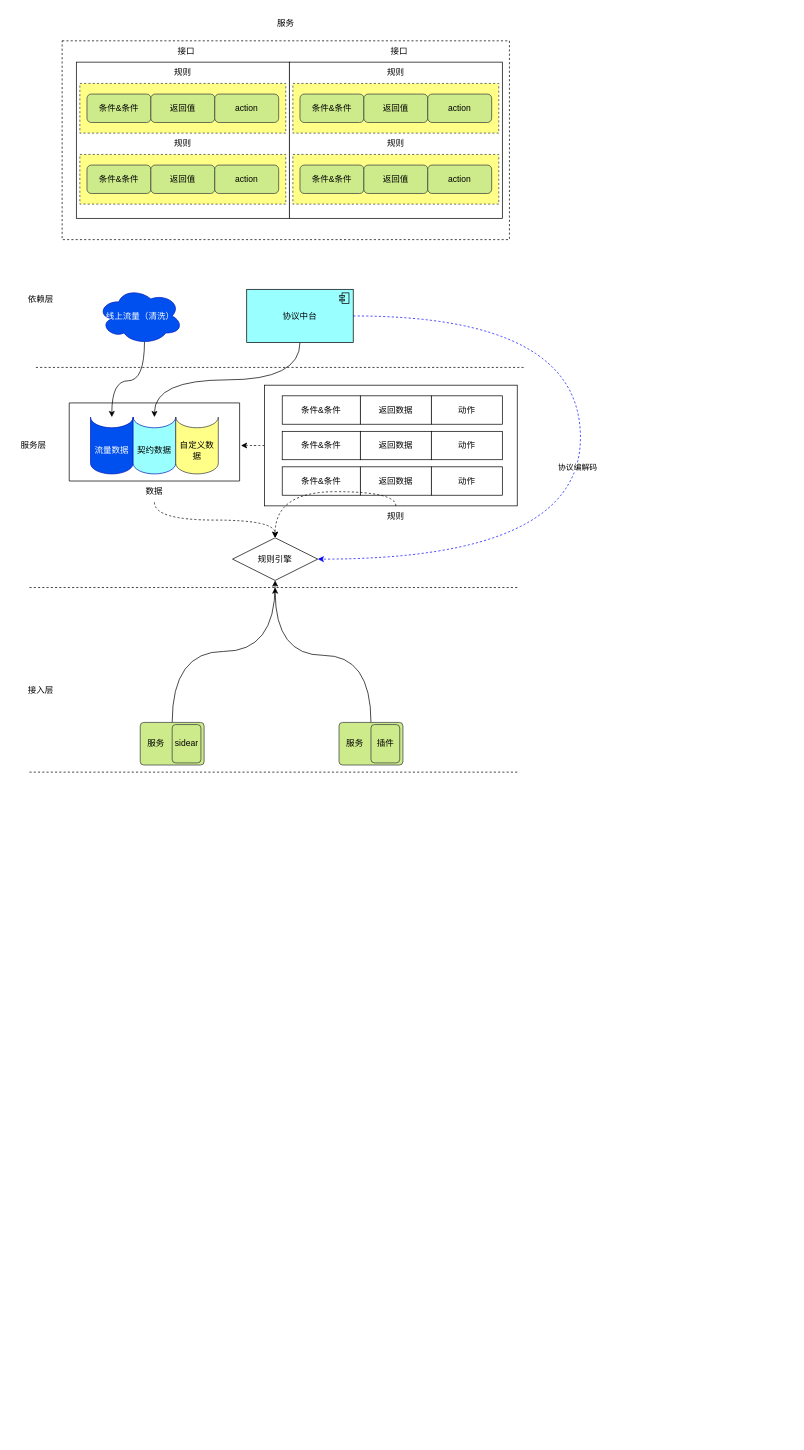
Before: page "mock" (9 of 11) of sidecar.drawio in xinguai/asmshare, a draw.io diagram. Source tidied: cells renumbered, new cells numbered last; positions are measured from the earlier drawing's top-left corner, leaving out a move shared by most shapes. Both pictures are drawn from the tidied source at 71%, with x=0, y=0 at pixel (12, 12).
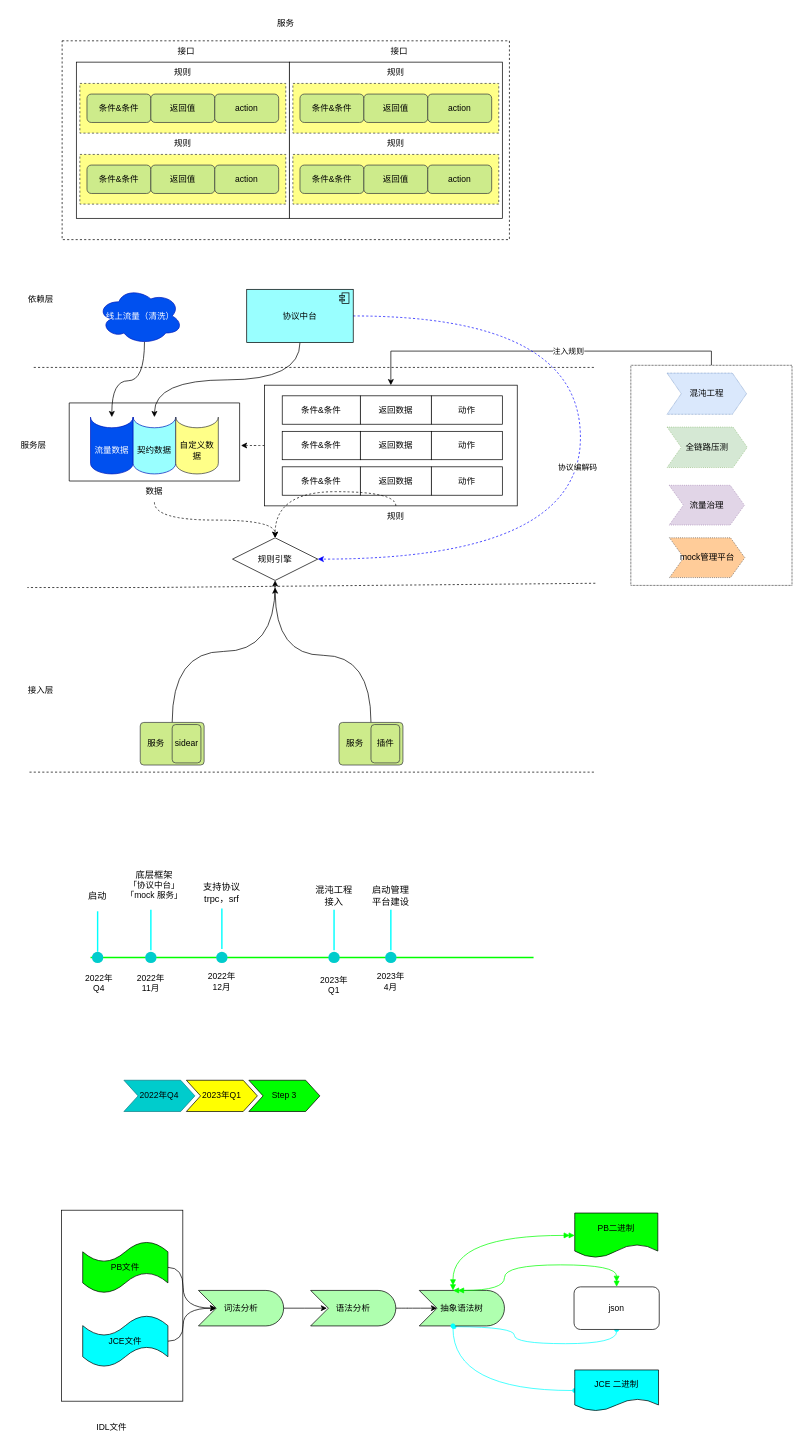
After the change.

Unchanged cells that the change refers to:
```xml
<mxCell id="3" style="rounded=0;whiteSpace=wrap;html=1;fontColor=#000000;fillColor=#FFFFFF;" parent="1" vertex="1">
  <mxGeometry x="355" y="525" width="356" height="170" as="geometry" />
</mxCell>
```

The edit, as a diff of the source:
```diff
@@
+    <mxCell id="79" style="rounded=0;whiteSpace=wrap;html=1;" parent="1" vertex="1">
+      <mxGeometry x="69" y="1687" width="171" height="269" as="geometry" />
+    </mxCell>
+    <mxCell id="80" style="line;strokeWidth=2;html=1;strokeColor=#00FF00;" parent="1" vertex="1">
+      <mxGeometry x="110" y="1326" width="624" height="10" as="geometry" />
+    </mxCell>
+    <mxCell id="81" style="edgeStyle=orthogonalEdgeStyle;rounded=0;jettySize=auto;html=1;exitX=0.5;exitY=0;exitDx=0;exitDy=0;entryX=0.5;entryY=0;entryDx=0;entryDy=0;" parent="1" edge="1" source="83" target="3">
+      <mxGeometry relative="1" as="geometry" />
+    </mxCell>
+    <mxCell id="82" value="注入规则" style="edgeLabel;html=1;align=center;verticalAlign=middle;" parent="81" vertex="1">
+      <mxGeometry x="-0.14" y="-1" relative="1" as="geometry">
+        <mxPoint x="1" as="offset" />
+      </mxGeometry>
+    </mxCell>
+    <mxCell id="83" style="rounded=0;whiteSpace=wrap;html=1;glass=0;dashed=1;dashPattern=1 1;" parent="1" vertex="1">
+      <mxGeometry x="871" y="497" width="227" height="310" as="geometry" />
+    </mxCell>
@@
     <mxCell id="39" style="edgeStyle=none;rounded=0;orthogonalLoop=1;jettySize=auto;html=1;dashed=1;endArrow=none;endFill=0;strokeWidth=1;" parent="1" edge="1">
       <mxGeometry relative="1" as="geometry">
-        <mxPoint x="720" y="500" as="sourcePoint" />
+        <mxPoint x="819" y="500" as="sourcePoint" />
         <mxPoint x="30" y="500" as="targetPoint" />
         <Array as="points">
           <mxPoint x="200" y="500" />
         </Array>
       </mxGeometry>
     </mxCell>
@@
     <mxCell id="65" style="edgeStyle=none;rounded=0;orthogonalLoop=1;jettySize=auto;html=1;dashed=1;endArrow=none;endFill=0;" parent="1" edge="1">
       <mxGeometry relative="1" as="geometry">
-        <mxPoint x="711" y="810" as="sourcePoint" />
+        <mxPoint x="821" y="804" as="sourcePoint" />
         <mxPoint x="21" y="810" as="targetPoint" />
         <Array as="points">
           <mxPoint x="191" y="810" />
         </Array>
       </mxGeometry>
     </mxCell>
     <mxCell id="66" style="edgeStyle=none;rounded=0;orthogonalLoop=1;jettySize=auto;html=1;dashed=1;endArrow=none;endFill=0;" parent="1" edge="1">
       <mxGeometry relative="1" as="geometry">
-        <mxPoint x="711" y="1070" as="sourcePoint" />
+        <mxPoint x="819" y="1070" as="sourcePoint" />
         <mxPoint x="21" y="1070" as="targetPoint" />
         <Array as="points">
           <mxPoint x="191" y="1070" />
         </Array>
       </mxGeometry>
     </mxCell>
@@
+    <mxCell id="84" value="混沌工程" style="shape=step;perimeter=stepPerimeter;whiteSpace=wrap;html=1;fixedSize=1;fillColor=#dae8fc;strokeColor=#6c8ebf;dashed=1;dashPattern=1 1;" parent="1" vertex="1">
+      <mxGeometry x="922" y="508" width="112" height="58" as="geometry" />
+    </mxCell>
+    <mxCell id="85" value="全链路压测" style="shape=step;perimeter=stepPerimeter;whiteSpace=wrap;html=1;fixedSize=1;fillColor=#d5e8d4;strokeColor=#82b366;dashed=1;dashPattern=1 2;" parent="1" vertex="1">
+      <mxGeometry x="922" y="584" width="113" height="57" as="geometry" />
+    </mxCell>
+    <mxCell id="86" value="流量治理" style="shape=step;perimeter=stepPerimeter;whiteSpace=wrap;html=1;fixedSize=1;fillColor=#e1d5e7;strokeColor=#9673a6;dashed=1;dashPattern=1 2;" parent="1" vertex="1">
+      <mxGeometry x="925" y="666" width="106" height="56" as="geometry" />
+    </mxCell>
+    <mxCell id="87" value="mock管理平台" style="shape=step;perimeter=stepPerimeter;whiteSpace=wrap;html=1;fixedSize=1;fillColor=#ffcc99;strokeColor=#36393d;dashed=1;dashPattern=1 2;" parent="1" vertex="1">
+      <mxGeometry x="925.5" y="740" width="106" height="56" as="geometry" />
+    </mxCell>
+    <mxCell id="88" style="shape=waypoint;sketch=0;fillStyle=solid;size=6;fillColor=none;perimeter=centerPerimeter;strokeWidth=6;strokeColor=#00CCCC;" parent="1" vertex="1">
+      <mxGeometry x="110" y="1321" width="20" height="20" as="geometry" />
+    </mxCell>
+    <mxCell id="89" style="swimlane;horizontal=1;fillColor=none;strokeColor=none;stackBorder=10;align=center;whiteSpace=wrap;html=1;" parent="1" vertex="1">
+      <mxGeometry x="147" y="1471" width="296" height="87" as="geometry" />
+    </mxCell>
+    <mxCell id="90" value="2022年Q4" style="shape=step;perimeter=stepPerimeter;fixedSize=1;whiteSpace=wrap;html=1;fillColor=#00CCCC;strokeColor=#0e8088;" parent="89" vertex="1">
+      <mxGeometry x="10" y="33" width="100" height="44" as="geometry" />
+    </mxCell>
+    <mxCell id="91" value="2023年Q1" style="shape=step;perimeter=stepPerimeter;fixedSize=1;whiteSpace=wrap;html=1;fillColor=#FFFF00;" parent="89" vertex="1">
+      <mxGeometry x="98" y="33" width="100" height="44" as="geometry" />
+    </mxCell>
+    <mxCell id="92" value="Step 3" style="shape=step;perimeter=stepPerimeter;fixedSize=1;whiteSpace=wrap;html=1;fillColor=#00FF00;" parent="89" vertex="1">
+      <mxGeometry x="186" y="33" width="100" height="44" as="geometry" />
+    </mxCell>
+    <mxCell id="93" value="2022年 Q4" style="text;html=1;strokeColor=none;fillColor=none;align=center;verticalAlign=middle;whiteSpace=wrap;rounded=0;" parent="1" vertex="1">
+      <mxGeometry x="92" y="1352" width="60" height="30" as="geometry" />
+    </mxCell>
+    <mxCell id="94" style="line;strokeWidth=2;direction=south;html=1;perimeter=backbonePerimeter;strokeColor=#00FFFF;" parent="1" vertex="1">
+      <mxGeometry x="115" y="1266" width="10" height="57" as="geometry" />
+    </mxCell>
+    <mxCell id="95" value="&lt;font style=&quot;font-size: 13px;&quot;&gt;启动&lt;/font&gt;" style="text;html=1;strokeColor=none;fillColor=none;align=center;verticalAlign=middle;whiteSpace=wrap;rounded=0;strokeWidth=2;" parent="1" vertex="1">
+      <mxGeometry x="90" y="1229" width="60" height="30" as="geometry" />
+    </mxCell>
+    <mxCell id="96" style="shape=waypoint;sketch=0;fillStyle=solid;size=6;fillColor=none;perimeter=centerPerimeter;strokeWidth=6;strokeColor=#00CCCC;" parent="1" vertex="1">
+      <mxGeometry x="185" y="1321" width="20" height="20" as="geometry" />
+    </mxCell>
+    <mxCell id="97" value="2022年 &lt;br&gt;11月" style="text;html=1;strokeColor=none;fillColor=none;align=center;verticalAlign=middle;whiteSpace=wrap;rounded=0;" parent="1" vertex="1">
+      <mxGeometry x="165" y="1352" width="60" height="30" as="geometry" />
+    </mxCell>
+    <mxCell id="98" style="line;strokeWidth=2;direction=south;html=1;perimeter=backbonePerimeter;strokeColor=#00FFFF;" parent="1" vertex="1">
+      <mxGeometry x="190" y="1264" width="10" height="57" as="geometry" />
+    </mxCell>
+    <mxCell id="99" value="&lt;font style=&quot;font-size: 13px;&quot;&gt;底层框架&lt;/font&gt;&lt;br&gt;「协议中台」&lt;br&gt;「mock 服务」" style="text;html=1;strokeColor=none;fillColor=none;align=center;verticalAlign=middle;whiteSpace=wrap;rounded=0;" parent="1" vertex="1">
+      <mxGeometry x="155" y="1199" width="90" height="60" as="geometry" />
+    </mxCell>
+    <mxCell id="100" style="shape=waypoint;sketch=0;fillStyle=solid;size=6;fillColor=none;perimeter=centerPerimeter;strokeWidth=6;strokeColor=#00CCCC;" parent="1" vertex="1">
+      <mxGeometry x="285" y="1321" width="20" height="20" as="geometry" />
+    </mxCell>
+    <mxCell id="101" value="2022年 &lt;br&gt;12月" style="text;html=1;strokeColor=none;fillColor=none;align=center;verticalAlign=middle;whiteSpace=wrap;rounded=0;" parent="1" vertex="1">
+      <mxGeometry x="265" y="1350" width="60" height="30" as="geometry" />
+    </mxCell>
+    <mxCell id="102" value="&lt;font style=&quot;font-size: 13px;&quot;&gt;支持协议&lt;br&gt;trpc，srf&lt;/font&gt;" style="text;html=1;strokeColor=none;fillColor=none;align=center;verticalAlign=middle;whiteSpace=wrap;rounded=0;strokeWidth=2;" parent="1" vertex="1">
+      <mxGeometry x="255" y="1225" width="80" height="30" as="geometry" />
+    </mxCell>
+    <mxCell id="103" style="line;strokeWidth=2;direction=south;html=1;perimeter=backbonePerimeter;strokeColor=#00FFFF;" parent="1" vertex="1">
+      <mxGeometry x="290" y="1262" width="10" height="57" as="geometry" />
+    </mxCell>
+    <mxCell id="104" style="shape=waypoint;sketch=0;fillStyle=solid;size=6;fillColor=none;perimeter=centerPerimeter;strokeWidth=6;strokeColor=#00CCCC;" parent="1" vertex="1">
+      <mxGeometry x="443" y="1321" width="20" height="20" as="geometry" />
+    </mxCell>
+    <mxCell id="105" value="2023年 &lt;br&gt;Q1" style="text;html=1;strokeColor=none;fillColor=none;align=center;verticalAlign=middle;whiteSpace=wrap;rounded=0;" parent="1" vertex="1">
+      <mxGeometry x="423" y="1355" width="60" height="30" as="geometry" />
+    </mxCell>
+    <mxCell id="106" style="line;strokeWidth=2;direction=south;html=1;perimeter=backbonePerimeter;strokeColor=#00FFFF;" parent="1" vertex="1">
+      <mxGeometry x="448" y="1264" width="10" height="57" as="geometry" />
+    </mxCell>
+    <mxCell id="107" value="&lt;span style=&quot;font-size: 13px;&quot;&gt;混沌工程&lt;br&gt;接入&lt;br&gt;&lt;/span&gt;" style="text;html=1;strokeColor=none;fillColor=none;align=center;verticalAlign=middle;whiteSpace=wrap;rounded=0;strokeWidth=2;" parent="1" vertex="1">
+      <mxGeometry x="423" y="1229" width="60" height="30" as="geometry" />
+    </mxCell>
+    <mxCell id="108" style="shape=waypoint;sketch=0;fillStyle=solid;size=6;fillColor=none;perimeter=centerPerimeter;strokeWidth=6;strokeColor=#00CCCC;" parent="1" vertex="1">
+      <mxGeometry x="523" y="1321" width="20" height="20" as="geometry" />
+    </mxCell>
+    <mxCell id="109" value="2023年 &lt;br&gt;4月" style="text;html=1;strokeColor=none;fillColor=none;align=center;verticalAlign=middle;whiteSpace=wrap;rounded=0;" parent="1" vertex="1">
+      <mxGeometry x="503" y="1350" width="60" height="30" as="geometry" />
+    </mxCell>
+    <mxCell id="110" style="line;strokeWidth=2;direction=south;html=1;perimeter=backbonePerimeter;strokeColor=#00FFFF;" parent="1" vertex="1">
+      <mxGeometry x="528" y="1264" width="10" height="57" as="geometry" />
+    </mxCell>
+    <mxCell id="111" value="&lt;span style=&quot;font-size: 13px;&quot;&gt;启动管理平台建设&lt;/span&gt;" style="text;html=1;strokeColor=none;fillColor=none;align=center;verticalAlign=middle;whiteSpace=wrap;rounded=0;strokeWidth=2;" parent="1" vertex="1">
+      <mxGeometry x="503" y="1229" width="60" height="30" as="geometry" />
+    </mxCell>
+    <mxCell id="112" style="edgeStyle=orthogonalEdgeStyle;curved=1;rounded=0;jettySize=auto;html=1;exitX=1;exitY=0.5;exitDx=0;exitDy=0;exitPerimeter=0;entryX=0;entryY=0;entryDx=25;entryDy=25;entryPerimeter=0;" parent="1" edge="1" source="113" target="117">
+      <mxGeometry relative="1" as="geometry" />
+    </mxCell>
+    <mxCell id="113" value="PB文件" style="shape=tape;whiteSpace=wrap;html=1;fillColor=#00FF00;" parent="1" vertex="1">
+      <mxGeometry x="99" y="1731" width="120" height="73" as="geometry" />
+    </mxCell>
+    <mxCell id="114" style="edgeStyle=orthogonalEdgeStyle;curved=1;rounded=0;jettySize=auto;html=1;exitX=1;exitY=0.5;exitDx=0;exitDy=0;exitPerimeter=0;entryX=0;entryY=0;entryDx=25;entryDy=25;entryPerimeter=0;" parent="1" edge="1" source="115" target="117">
+      <mxGeometry relative="1" as="geometry" />
+    </mxCell>
+    <mxCell id="115" value="JCE文件" style="shape=tape;whiteSpace=wrap;html=1;fillColor=#00FFFF;" parent="1" vertex="1">
+      <mxGeometry x="99" y="1835" width="120" height="73" as="geometry" />
+    </mxCell>
+    <mxCell id="116" style="edgeStyle=orthogonalEdgeStyle;curved=1;rounded=0;jettySize=auto;html=1;exitX=1;exitY=0.5;exitDx=0;exitDy=0;exitPerimeter=0;entryX=0;entryY=0;entryDx=25;entryDy=25;entryPerimeter=0;" parent="1" edge="1" source="117">
+      <mxGeometry relative="1" as="geometry">
+        <mxPoint x="443" y="1825" as="targetPoint" />
+      </mxGeometry>
+    </mxCell>
+    <mxCell id="117" value="词法分析" style="html=1;outlineConnect=0;whiteSpace=wrap;fillColor=#AFFFAF;shape=mxgraph.archimate3.event;rounded=0;" parent="1" vertex="1">
+      <mxGeometry x="262" y="1800" width="120" height="50" as="geometry" />
+    </mxCell>
+    <mxCell id="118" style="edgeStyle=orthogonalEdgeStyle;curved=1;rounded=0;jettySize=auto;html=1;exitX=1;exitY=0.5;exitDx=0;exitDy=0;exitPerimeter=0;entryX=0;entryY=0;entryDx=25;entryDy=25;entryPerimeter=0;" parent="1" edge="1" source="119" target="121">
+      <mxGeometry relative="1" as="geometry" />
+    </mxCell>
+    <mxCell id="119" value="语法分析" style="html=1;outlineConnect=0;whiteSpace=wrap;fillColor=#AFFFAF;shape=mxgraph.archimate3.event;rounded=0;" parent="1" vertex="1">
+      <mxGeometry x="420" y="1800" width="120" height="50" as="geometry" />
+    </mxCell>
+    <mxCell id="120" style="edgeStyle=orthogonalEdgeStyle;curved=1;rounded=0;jettySize=auto;html=1;entryX=0.5;entryY=1;entryDx=0;entryDy=0;strokeColor=#00FFFF;endArrow=oval;endFill=1;startArrow=oval;startFill=1;" parent="1" edge="1" target="127">
+      <mxGeometry relative="1" as="geometry">
+        <mxPoint x="622" y="1851" as="sourcePoint" />
+      </mxGeometry>
+    </mxCell>
+    <mxCell id="121" value="抽象语法树" style="html=1;outlineConnect=0;whiteSpace=wrap;fillColor=#AFFFAF;shape=mxgraph.archimate3.event;rounded=0;" parent="1" vertex="1">
+      <mxGeometry x="573" y="1800" width="120" height="50" as="geometry" />
+    </mxCell>
+    <mxCell id="122" style="edgeStyle=orthogonalEdgeStyle;curved=1;rounded=0;jettySize=auto;html=1;exitX=0;exitY=0.5;exitDx=0;exitDy=0;entryX=0;entryY=0;entryDx=47.5;entryDy=0;entryPerimeter=0;endArrow=doubleBlock;endFill=1;strokeColor=#00FF00;strokeWidth=1;startArrow=doubleBlock;startFill=1;" parent="1" edge="1" source="123" target="121">
+      <mxGeometry relative="1" as="geometry" />
+    </mxCell>
+    <mxCell id="123" value="PB二进制" style="shape=document;whiteSpace=wrap;html=1;boundedLbl=1;fillColor=#00FF00;" parent="1" vertex="1">
+      <mxGeometry x="792" y="1691" width="117" height="63" as="geometry" />
+    </mxCell>
+    <mxCell id="124" style="edgeStyle=orthogonalEdgeStyle;curved=1;rounded=0;jettySize=auto;html=1;exitX=0;exitY=0.5;exitDx=0;exitDy=0;entryX=0;entryY=0;entryDx=47.5;entryDy=50;entryPerimeter=0;endArrow=oval;endFill=1;strokeColor=#00FFFF;startArrow=oval;startFill=1;" parent="1" edge="1" source="125" target="121">
+      <mxGeometry relative="1" as="geometry" />
+    </mxCell>
+    <mxCell id="125" value="JCE 二进制" style="shape=document;whiteSpace=wrap;html=1;boundedLbl=1;fillColor=#00FFFF;" parent="1" vertex="1">
+      <mxGeometry x="792" y="1912" width="118" height="58" as="geometry" />
+    </mxCell>
+    <mxCell id="126" style="edgeStyle=orthogonalEdgeStyle;curved=1;rounded=0;jettySize=auto;html=1;exitX=0.5;exitY=0;exitDx=0;exitDy=0;entryX=0;entryY=0;entryDx=47.5;entryDy=0;entryPerimeter=0;strokeColor=#00FF00;startArrow=doubleBlock;startFill=1;endArrow=doubleBlock;endFill=1;" parent="1" edge="1" source="127" target="121">
+      <mxGeometry relative="1" as="geometry">
+        <Array as="points">
+          <mxPoint x="851" y="1764" />
+          <mxPoint x="693" y="1764" />
+          <mxPoint x="693" y="1800" />
+        </Array>
+      </mxGeometry>
+    </mxCell>
+    <mxCell id="127" value="json" style="rounded=1;whiteSpace=wrap;html=1;" parent="1" vertex="1">
+      <mxGeometry x="791" y="1795" width="120" height="60" as="geometry" />
+    </mxCell>
+    <mxCell id="128" value="IDL文件" style="text;html=1;strokeColor=none;fillColor=none;align=center;verticalAlign=middle;whiteSpace=wrap;rounded=0;" parent="1" vertex="1">
+      <mxGeometry x="110" y="1978" width="60" height="30" as="geometry" />
+    </mxCell>
```
